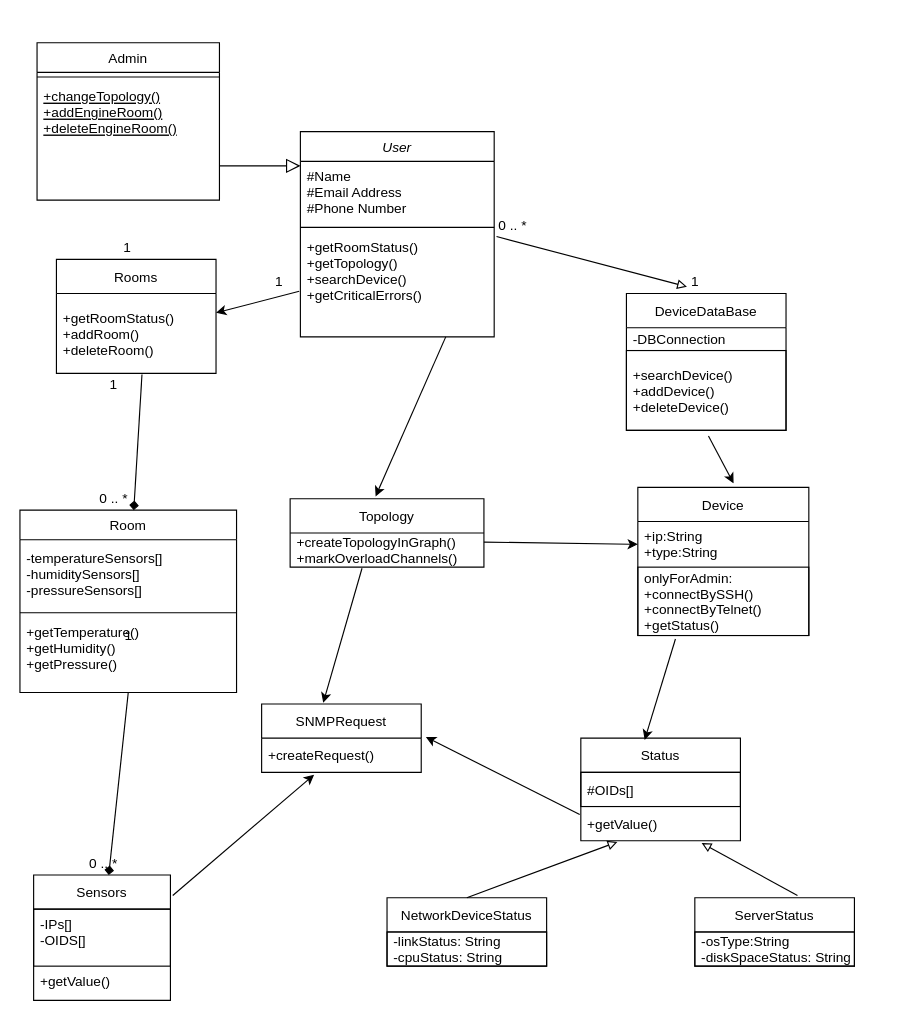
Above: Diagram2.drawio in sophiiako/unik (draw.io), before the change. Source tidied: cells renumbered, new cells numbered last; positions are measured from the earlier drawing's top-left corner, leaving out a move shared by most shapes. Both pictures are drawn from the tidied source at 114%, with x=0, y=0 at pixel (19, 42).
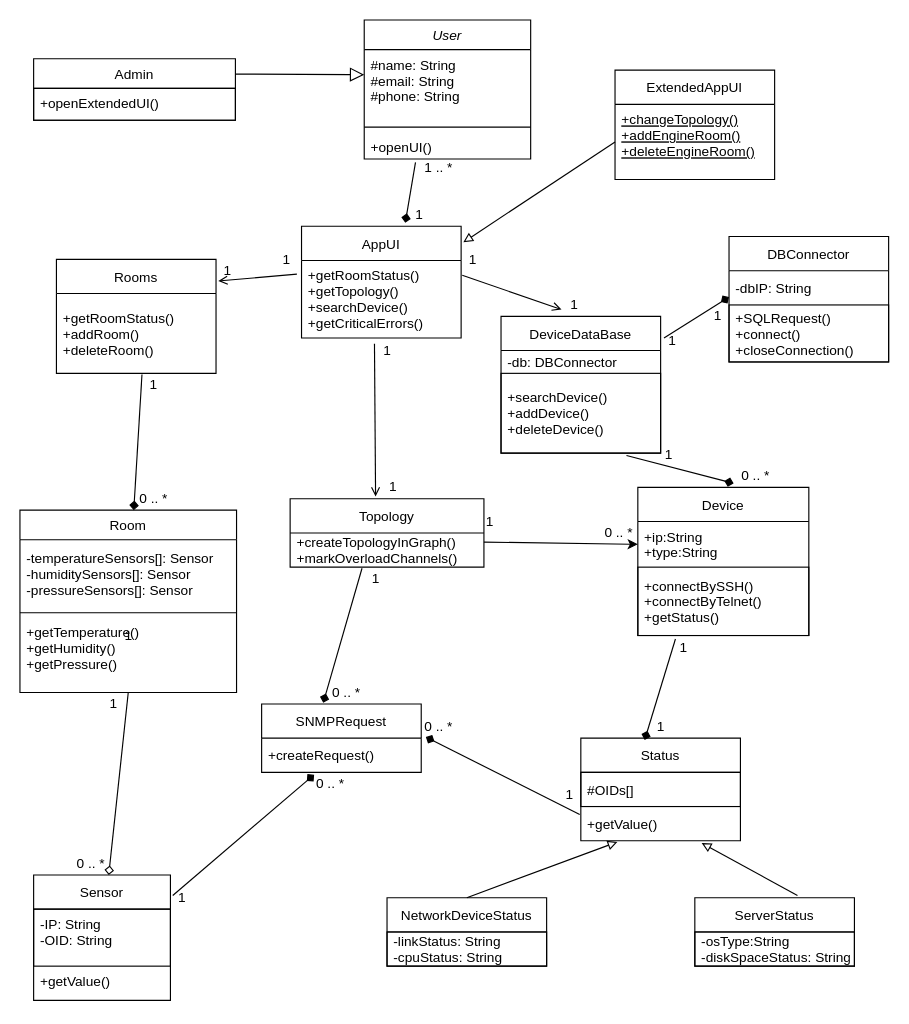
The same diagram, later.

The change refers to these unchanged cells:
```xml
<mxCell id="10" value="Room" style="swimlane;fontStyle=0;align=center;verticalAlign=top;horizontal=1;startSize=26;rounded=0;shadow=0;strokeWidth=1;" parent="1" vertex="1">
  <mxGeometry y="410" width="190" height="160" as="geometry" />
</mxCell>
<mxCell id="14" value="Topology" style="swimlane;fontStyle=0;horizontal=1;startSize=30;" parent="1" vertex="1">
  <mxGeometry x="237" y="400" width="170" height="60" as="geometry" />
</mxCell>
<mxCell id="15" value="+createTopologyInGraph()&#10;+markOverloadChannels()" style="text;strokeColor=none;fillColor=none;align=left;verticalAlign=middle;spacingLeft=4;spacingRight=4;overflow=hidden;points=[[0,0.5],[1,0.5]];portConstraint=eastwest;" parent="14" vertex="1">
  <mxGeometry y="30" width="170" height="30" as="geometry" />
</mxCell>
<mxCell id="16" value="Device" style="swimlane;fontStyle=0;horizontal=1;startSize=30;" parent="1" vertex="1">
  <mxGeometry x="542" y="390" width="150" height="130" as="geometry" />
</mxCell>
<mxCell id="20" value="Rooms" style="swimlane;fontStyle=0;horizontal=1;startSize=30;" parent="1" vertex="1">
  <mxGeometry x="32" y="190" width="140" height="100" as="geometry" />
</mxCell>
<mxCell id="21" value="+getRoomStatus()&#10;+addRoom()&#10;+deleteRoom()" style="text;strokeColor=none;fillColor=none;align=left;verticalAlign=middle;spacingLeft=4;spacingRight=4;overflow=hidden;points=[[0,0.5],[1,0.5]];portConstraint=eastwest;" parent="20" vertex="1">
  <mxGeometry y="30" width="140" height="70" as="geometry" />
</mxCell>
<mxCell id="25" value="+searchDevice()&#10;+addDevice()&#10;+deleteDevice()" style="text;strokeColor=default;fillColor=none;align=left;verticalAlign=middle;spacingLeft=4;spacingRight=4;overflow=hidden;points=[[0,0.5],[1,0.5]];portConstraint=eastwest;" parent="23" vertex="1">
  <mxGeometry y="50" width="140" height="70" as="geometry" />
</mxCell>
<mxCell id="26" value="SNMPRequest" style="swimlane;fontStyle=0;horizontal=1;startSize=30;" parent="1" vertex="1">
  <mxGeometry x="212" y="580" width="140" height="60" as="geometry" />
</mxCell>
<mxCell id="27" value="+createRequest()" style="text;strokeColor=none;fillColor=none;align=left;verticalAlign=middle;spacingLeft=4;spacingRight=4;overflow=hidden;points=[[0,0.5],[1,0.5]];portConstraint=eastwest;" parent="26" vertex="1">
  <mxGeometry y="30" width="140" height="30" as="geometry" />
</mxCell>
<mxCell id="30" value="Status" style="swimlane;fontStyle=0;horizontal=1;startSize=30;strokeColor=default;" parent="1" vertex="1">
  <mxGeometry x="492" y="610" width="140" height="90" as="geometry" />
</mxCell>
<mxCell id="32" value="+getValue()" style="text;strokeColor=none;fillColor=none;align=left;verticalAlign=middle;spacingLeft=4;spacingRight=4;overflow=hidden;points=[[0,0.5],[1,0.5]];portConstraint=eastwest;" parent="30" vertex="1">
  <mxGeometry y="60" width="140" height="30" as="geometry" />
</mxCell>
```

Change to the diagram source:
```diff
@@
     <mxCell id="2" value="User" style="swimlane;fontStyle=2;align=center;verticalAlign=top;horizontal=1;startSize=26;rounded=0;shadow=0;strokeWidth=1;" parent="1" vertex="1">
-      <mxGeometry x="246" y="78" width="170" height="180" as="geometry" />
+      <mxGeometry x="302" y="-20" width="146" height="122" as="geometry" />
     </mxCell>
-    <mxCell id="3" value="#Name&#10;#Email Address&#10;#Phone Number" style="text;align=left;verticalAlign=top;spacingLeft=4;spacingRight=4;overflow=hidden;" parent="2" vertex="1">
-      <mxGeometry y="26" width="170" height="54" as="geometry" />
+    <mxCell id="3" value="#name: String&#10;#email: String&#10;#phone: String" style="text;align=left;verticalAlign=top;spacingLeft=4;spacingRight=4;overflow=hidden;" parent="2" vertex="1">
+      <mxGeometry y="26" width="146" height="64" as="geometry" />
     </mxCell>
     <mxCell id="4" style="line;html=1;strokeWidth=1;align=left;verticalAlign=middle;spacingTop=-1;spacingLeft=3;spacingRight=3;labelPosition=right;" parent="2" vertex="1">
-      <mxGeometry y="80" width="170" height="8" as="geometry" />
+      <mxGeometry y="90" width="146" height="8" as="geometry" />
     </mxCell>
-    <mxCell id="5" value="+getRoomStatus()&#10;+getTopology()&#10;+searchDevice()&#10;+getCriticalErrors()" style="text;align=left;verticalAlign=top;spacingLeft=4;spacingRight=4;overflow=hidden;points=[[0,0.5],[1,0.5]];portConstraint=eastwest;" parent="2" vertex="1">
-      <mxGeometry y="88" width="170" height="68" as="geometry" />
+    <mxCell id="5" value="+openUI()" style="text;align=left;verticalAlign=top;spacingLeft=4;spacingRight=4;overflow=hidden;points=[[0,0.5],[1,0.5]];portConstraint=eastwest;" parent="2" vertex="1">
+      <mxGeometry y="98" width="146" height="22" as="geometry" />
     </mxCell>
     <mxCell id="6" value="Admin" style="swimlane;fontStyle=0;align=center;verticalAlign=top;horizontal=1;startSize=26;rounded=0;shadow=0;strokeWidth=1;" parent="1" vertex="1">
-      <mxGeometry x="15" width="160" height="138" as="geometry" />
+      <mxGeometry x="12" y="14" width="177" height="54" as="geometry" />
     </mxCell>
-    <mxCell id="7" style="line;html=1;strokeWidth=1;align=left;verticalAlign=middle;spacingTop=-1;spacingLeft=3;spacingRight=3;labelPosition=right;" parent="6" vertex="1">
-      <mxGeometry y="26" width="160" height="8" as="geometry" />
-    </mxCell>
-    <mxCell id="8" value="+changeTopology()&#10;+addEngineRoom()&#10;+deleteEngineRoom()" style="text;align=left;verticalAlign=top;spacingLeft=4;spacingRight=4;overflow=hidden;points=[[0,0.5],[1,0.5]];portConstraint=eastwest;fontStyle=4;" parent="6" vertex="1">
-      <mxGeometry y="34" width="160" height="66" as="geometry" />
-    </mxCell>
+    <mxCell id="57" value="+openExtendedUI()" style="text;align=left;verticalAlign=top;spacingLeft=4;spacingRight=4;overflow=hidden;strokeColor=default;" parent="6" vertex="1">
+      <mxGeometry y="26" width="177" height="28" as="geometry" />
+    </mxCell>
-    <mxCell id="9" style="endArrow=block;endSize=10;endFill=0;shadow=0;strokeWidth=1;rounded=0;edgeStyle=elbowEdgeStyle;elbow=vertical;" parent="1" edge="1" source="6" target="2">
+    <mxCell id="9" style="endArrow=block;endSize=10;endFill=0;shadow=0;strokeWidth=1;rounded=0;edgeStyle=elbowEdgeStyle;elbow=vertical;exitX=1;exitY=0.25;exitDx=0;exitDy=0;" parent="1" edge="1" source="6" target="2">
       <mxGeometry relative="1" as="geometry" />
     </mxCell>
@@
-    <mxCell id="11" value="-temperatureSensors[]&#10;-humiditySensors[]&#10;-pressureSensors[]" style="text;strokeColor=none;fillColor=none;align=left;verticalAlign=middle;spacingLeft=4;spacingRight=4;overflow=hidden;" parent="10" vertex="1">
+    <mxCell id="11" value="-temperatureSensors[]: Sensor&#10;-humiditySensors[]: Sensor&#10;-pressureSensors[]: Sensor" style="text;strokeColor=none;fillColor=none;align=left;verticalAlign=middle;spacingLeft=4;spacingRight=4;overflow=hidden;" parent="10" vertex="1">
       <mxGeometry y="26" width="190" height="60" as="geometry" />
     </mxCell>
@@
-    <mxCell id="18" value="onlyForAdmin:&#10;+connectBySSH()&#10;+connectByTelnet()&#10;+getStatus()" style="text;strokeColor=default;fillColor=none;align=left;verticalAlign=middle;spacingLeft=4;spacingRight=4;overflow=hidden;points=[[0,0.5],[1,0.5]];portConstraint=eastwest;" parent="16" vertex="1">
+    <mxCell id="18" value="+connectBySSH()&#10;+connectByTelnet()&#10;+getStatus()" style="text;strokeColor=default;fillColor=none;align=left;verticalAlign=middle;spacingLeft=4;spacingRight=4;overflow=hidden;points=[[0,0.5],[1,0.5]];portConstraint=eastwest;" parent="16" vertex="1">
       <mxGeometry y="70" width="150" height="60" as="geometry" />
     </mxCell>
-    <mxCell id="19" style="endArrow=block;html=1;rounded=0;entryX=0.379;entryY=-0.05;entryDx=0;entryDy=0;entryPerimeter=0;exitX=1.012;exitY=0.059;exitDx=0;exitDy=0;exitPerimeter=0;endFill=0;" parent="1" edge="1" source="5" target="23">
+    <mxCell id="19" style="endArrow=open;html=1;rounded=0;entryX=0.379;entryY=-0.05;entryDx=0;entryDy=0;entryPerimeter=0;endFill=0;exitX=1.007;exitY=0.191;exitDx=0;exitDy=0;exitPerimeter=0;" parent="1" edge="1" source="59" target="23">
       <mxGeometry relative="1" as="geometry" />
     </mxCell>
@@
     <mxCell id="23" value="DeviceDataBase" style="swimlane;fontStyle=0;horizontal=1;startSize=30;" parent="1" vertex="1">
-      <mxGeometry x="532" y="220" width="140" height="120" as="geometry" />
+      <mxGeometry x="422" y="240" width="140" height="120" as="geometry" />
     </mxCell>
-    <mxCell id="24" value="-DBConnection" style="text;strokeColor=none;fillColor=none;align=left;verticalAlign=middle;spacingLeft=4;spacingRight=4;overflow=hidden;" parent="23" vertex="1">
+    <mxCell id="24" value="-db: DBConnector" style="text;strokeColor=none;fillColor=none;align=left;verticalAlign=middle;spacingLeft=4;spacingRight=4;overflow=hidden;" parent="23" vertex="1">
       <mxGeometry y="30" width="140" height="20" as="geometry" />
     </mxCell>
@@
-    <mxCell id="28" style="endArrow=classic;html=1;rounded=0;entryX=0.441;entryY=-0.033;entryDx=0;entryDy=0;entryPerimeter=0;exitX=0.75;exitY=1;exitDx=0;exitDy=0;" parent="1" edge="1" source="2" target="14">
+    <mxCell id="28" style="endArrow=open;html=1;rounded=0;entryX=0.441;entryY=-0.033;entryDx=0;entryDy=0;entryPerimeter=0;exitX=0.457;exitY=1.074;exitDx=0;exitDy=0;exitPerimeter=0;endFill=0;" parent="1" edge="1" source="59" target="14">
       <mxGeometry relative="1" as="geometry" />
     </mxCell>
@@
-    <mxCell id="33" style="endArrow=classic;html=1;rounded=0;exitX=0.371;exitY=1.033;exitDx=0;exitDy=0;exitPerimeter=0;entryX=0.386;entryY=-0.017;entryDx=0;entryDy=0;entryPerimeter=0;" parent="1" edge="1" source="15" target="26">
+    <mxCell id="33" style="endArrow=diamond;html=1;rounded=0;exitX=0.371;exitY=1.033;exitDx=0;exitDy=0;exitPerimeter=0;entryX=0.386;entryY=-0.017;entryDx=0;entryDy=0;entryPerimeter=0;endFill=1;" parent="1" edge="1" source="15" target="26">
       <mxGeometry relative="1" as="geometry" />
     </mxCell>
-    <mxCell id="34" style="endArrow=classic;html=1;rounded=0;exitX=-0.006;exitY=0.765;exitDx=0;exitDy=0;exitPerimeter=0;" parent="1" edge="1" source="5" target="21">
+    <mxCell id="34" style="endArrow=open;html=1;rounded=0;exitX=-0.029;exitY=0.176;exitDx=0;exitDy=0;exitPerimeter=0;entryX=1.014;entryY=0.19;entryDx=0;entryDy=0;entryPerimeter=0;endFill=0;" parent="1" edge="1" source="59" target="20">
       <mxGeometry relative="1" as="geometry" />
     </mxCell>
-    <mxCell id="35" style="endArrow=classic;html=1;rounded=0;exitX=0.514;exitY=1.071;exitDx=0;exitDy=0;exitPerimeter=0;entryX=0.56;entryY=-0.027;entryDx=0;entryDy=0;entryPerimeter=0;" parent="1" edge="1" source="25" target="16">
+    <mxCell id="35" style="endArrow=diamond;html=1;rounded=0;exitX=0.786;exitY=1.029;exitDx=0;exitDy=0;exitPerimeter=0;entryX=0.56;entryY=-0.027;entryDx=0;entryDy=0;entryPerimeter=0;endFill=1;" parent="1" edge="1" source="25" target="16">
       <mxGeometry relative="1" as="geometry" />
     </mxCell>
-    <mxCell id="36" style="endArrow=classic;html=1;rounded=0;exitX=0.22;exitY=1.05;exitDx=0;exitDy=0;exitPerimeter=0;entryX=0.4;entryY=0.017;entryDx=0;entryDy=0;entryPerimeter=0;" parent="1" edge="1" source="18" target="30">
+    <mxCell id="36" style="endArrow=diamond;html=1;rounded=0;exitX=0.22;exitY=1.05;exitDx=0;exitDy=0;exitPerimeter=0;entryX=0.4;entryY=0.017;entryDx=0;entryDy=0;entryPerimeter=0;endFill=1;" parent="1" edge="1" source="18" target="30">
       <mxGeometry relative="1" as="geometry" />
     </mxCell>
@@
-    <mxCell id="43" style="endArrow=classic;html=1;rounded=0;exitX=-0.007;exitY=0.233;exitDx=0;exitDy=0;exitPerimeter=0;entryX=1.029;entryY=-0.033;entryDx=0;entryDy=0;entryPerimeter=0;" parent="1" edge="1" source="32" target="27">
+    <mxCell id="43" style="endArrow=diamond;html=1;rounded=0;exitX=-0.007;exitY=0.233;exitDx=0;exitDy=0;exitPerimeter=0;entryX=1.029;entryY=-0.033;entryDx=0;entryDy=0;entryPerimeter=0;endFill=1;" parent="1" edge="1" source="32" target="27">
       <mxGeometry relative="1" as="geometry" />
     </mxCell>
-    <mxCell id="44" value="1" style="text;html=1;align=center;verticalAlign=middle;strokeColor=none;fillColor=none;" parent="1" vertex="1">
-      <mxGeometry x="217" y="200" width="20" height="20" as="geometry" />
-    </mxCell>
-    <mxCell id="45" value="1" style="text;html=1;align=center;verticalAlign=middle;strokeColor=none;fillColor=none;" parent="1" vertex="1">
-      <mxGeometry x="84" y="170" width="20" height="20" as="geometry" />
-    </mxCell>
-    <mxCell id="46" value="1" style="text;html=1;align=center;verticalAlign=middle;strokeColor=none;fillColor=none;" parent="1" vertex="1">
-      <mxGeometry x="72" y="290" width="20" height="20" as="geometry" />
-    </mxCell>
-    <mxCell id="47" value="0 .. *" style="text;html=1;align=center;verticalAlign=middle;strokeColor=none;fillColor=none;" parent="1" vertex="1">
-      <mxGeometry x="62" y="390" width="40" height="20" as="geometry" />
-    </mxCell>
-    <mxCell id="48" value="0 .. *" style="text;html=1;align=center;verticalAlign=middle;strokeColor=none;fillColor=none;" parent="1" vertex="1">
-      <mxGeometry x="412" y="151" width="40" height="20" as="geometry" />
-    </mxCell>
-    <mxCell id="49" value="1" style="text;html=1;align=center;verticalAlign=middle;strokeColor=none;fillColor=none;" parent="1" vertex="1">
-      <mxGeometry x="582" y="200" width="20" height="20" as="geometry" />
-    </mxCell>
-    <mxCell id="50" value="Sensors" style="swimlane;fontStyle=0;horizontal=1;startSize=30;strokeColor=default;" parent="1" vertex="1">
+    <mxCell id="50" value="Sensor" style="swimlane;fontStyle=0;horizontal=1;startSize=30;strokeColor=default;" parent="1" vertex="1">
       <mxGeometry x="12" y="730" width="120" height="110" as="geometry" />
     </mxCell>
-    <mxCell id="51" value="-IPs[]&#10;-OIDS[]" style="text;align=left;verticalAlign=top;spacingLeft=4;spacingRight=4;overflow=hidden;strokeColor=default;" parent="50" vertex="1">
+    <mxCell id="51" value="-IP: String&#10;-OID: String" style="text;align=left;verticalAlign=top;spacingLeft=4;spacingRight=4;overflow=hidden;strokeColor=default;" parent="50" vertex="1">
       <mxGeometry y="30" width="120" height="50" as="geometry" />
     </mxCell>
@@
-    <mxCell id="53" style="endArrow=diamond;html=1;rounded=0;exitX=0.5;exitY=1;exitDx=0;exitDy=0;endFill=1;" parent="1" edge="1" source="10" target="50">
+    <mxCell id="53" style="endArrow=diamond;html=1;rounded=0;exitX=0.5;exitY=1;exitDx=0;exitDy=0;endFill=0;" parent="1" edge="1" source="10" target="50">
       <mxGeometry relative="1" as="geometry" />
     </mxCell>
@@
-    <mxCell id="55" value="0 .. *" style="text;html=1;align=center;verticalAlign=middle;strokeColor=none;fillColor=none;" parent="1" vertex="1">
-      <mxGeometry x="53" y="710" width="40" height="20" as="geometry" />
-    </mxCell>
-    <mxCell id="56" style="endArrow=classic;html=1;rounded=0;exitX=1.017;exitY=0.164;exitDx=0;exitDy=0;entryX=0.329;entryY=1.067;entryDx=0;entryDy=0;entryPerimeter=0;exitPerimeter=0;" parent="1" edge="1" source="50" target="27">
+    <mxCell id="56" style="endArrow=diamond;html=1;rounded=0;exitX=1.017;exitY=0.164;exitDx=0;exitDy=0;entryX=0.329;entryY=1.067;entryDx=0;entryDy=0;entryPerimeter=0;exitPerimeter=0;endFill=1;" parent="1" edge="1" source="50" target="27">
       <mxGeometry relative="1" as="geometry" />
     </mxCell>
+    <mxCell id="58" value="AppUI" style="swimlane;fontStyle=0;horizontal=1;startSize=30;strokeColor=default;" parent="1" vertex="1">
+      <mxGeometry x="247" y="161" width="140" height="98" as="geometry" />
+    </mxCell>
+    <mxCell id="59" value="+getRoomStatus()&#10;+getTopology()&#10;+searchDevice()&#10;+getCriticalErrors()" style="text;align=left;verticalAlign=top;spacingLeft=4;spacingRight=4;overflow=hidden;points=[[0,0.5],[1,0.5]];portConstraint=eastwest;" parent="58" vertex="1">
+      <mxGeometry y="30" width="140" height="68" as="geometry" />
+    </mxCell>
+    <mxCell id="60" value="ExtendedAppUI" style="swimlane;fontStyle=0;horizontal=1;startSize=30;strokeColor=default;" parent="1" vertex="1">
+      <mxGeometry x="522" y="24" width="140" height="96" as="geometry" />
+    </mxCell>
+    <mxCell id="8" value="+changeTopology()&#10;+addEngineRoom()&#10;+deleteEngineRoom()" style="text;align=left;verticalAlign=top;spacingLeft=4;spacingRight=4;overflow=hidden;points=[[0,0.5],[1,0.5]];portConstraint=eastwest;fontStyle=4;" parent="60" vertex="1">
+      <mxGeometry y="30" width="140" height="66" as="geometry" />
+    </mxCell>
+    <mxCell id="61" style="endArrow=diamond;html=1;rounded=0;exitX=0.308;exitY=1.227;exitDx=0;exitDy=0;exitPerimeter=0;entryX=0.65;entryY=-0.031;entryDx=0;entryDy=0;entryPerimeter=0;endFill=1;" parent="1" edge="1" source="5" target="58">
+      <mxGeometry relative="1" as="geometry" />
+    </mxCell>
+    <mxCell id="62" style="endArrow=block;html=1;rounded=0;exitX=0;exitY=0.5;exitDx=0;exitDy=0;entryX=1.014;entryY=0.143;entryDx=0;entryDy=0;entryPerimeter=0;endFill=0;" parent="1" edge="1" source="8" target="58">
+      <mxGeometry relative="1" as="geometry" />
+    </mxCell>
+    <mxCell id="63" value="1 .. *" style="text;html=1;align=center;verticalAlign=middle;strokeColor=none;fillColor=none;" parent="1" vertex="1">
+      <mxGeometry x="347" y="100" width="40" height="20" as="geometry" />
+    </mxCell>
+    <mxCell id="64" value="1" style="text;html=1;align=center;verticalAlign=middle;strokeColor=none;fillColor=none;" parent="1" vertex="1">
+      <mxGeometry x="340" y="141" width="20" height="20" as="geometry" />
+    </mxCell>
+    <mxCell id="65" value="1&amp;nbsp;&amp;nbsp;" style="text;html=1;align=center;verticalAlign=middle;strokeColor=none;fillColor=none;" parent="1" vertex="1">
+      <mxGeometry x="222" y="181" width="30" height="20" as="geometry" />
+    </mxCell>
+    <mxCell id="66" value="1" style="text;html=1;align=center;verticalAlign=middle;strokeColor=none;fillColor=none;" parent="1" vertex="1">
+      <mxGeometry x="172" y="190" width="20" height="20" as="geometry" />
+    </mxCell>
+    <mxCell id="67" value="1" style="text;html=1;align=center;verticalAlign=middle;strokeColor=none;fillColor=none;" parent="1" vertex="1">
+      <mxGeometry x="476" y="220" width="20" height="20" as="geometry" />
+    </mxCell>
+    <mxCell id="68" value="1" style="text;html=1;align=center;verticalAlign=middle;strokeColor=none;fillColor=none;" parent="1" vertex="1">
+      <mxGeometry x="387" y="181" width="20" height="20" as="geometry" />
+    </mxCell>
+    <mxCell id="69" value="1" style="text;html=1;align=center;verticalAlign=middle;strokeColor=none;fillColor=none;" parent="1" vertex="1">
+      <mxGeometry x="107" y="290" width="20" height="20" as="geometry" />
+    </mxCell>
+    <mxCell id="70" value="0 .. *" style="text;html=1;align=center;verticalAlign=middle;strokeColor=none;fillColor=none;" parent="1" vertex="1">
+      <mxGeometry x="97" y="390" width="40" height="20" as="geometry" />
+    </mxCell>
+    <mxCell id="71" value="1" style="text;html=1;align=center;verticalAlign=middle;strokeColor=none;fillColor=none;" parent="1" vertex="1">
+      <mxGeometry x="72" y="570" width="20" height="20" as="geometry" />
+    </mxCell>
+    <mxCell id="72" value="0 .. *" style="text;html=1;align=center;verticalAlign=middle;strokeColor=none;fillColor=none;" parent="1" vertex="1">
+      <mxGeometry x="42" y="710" width="40" height="20" as="geometry" />
+    </mxCell>
+    <mxCell id="73" value="1" style="text;html=1;align=center;verticalAlign=middle;strokeColor=none;fillColor=none;" parent="1" vertex="1">
+      <mxGeometry x="132" y="740" width="20" height="20" as="geometry" />
+    </mxCell>
+    <mxCell id="74" value="0 .. *" style="text;html=1;align=center;verticalAlign=middle;strokeColor=none;fillColor=none;" parent="1" vertex="1">
+      <mxGeometry x="252" y="640" width="40" height="20" as="geometry" />
+    </mxCell>
+    <mxCell id="75" value="DBConnector" style="swimlane;fontStyle=0;horizontal=1;startSize=30;strokeColor=default;" parent="1" vertex="1">
+      <mxGeometry x="622" y="170" width="140" height="110" as="geometry" />
+    </mxCell>
+    <mxCell id="76" value="-dbIP: String" style="text;strokeColor=none;fillColor=none;align=left;verticalAlign=middle;spacingLeft=4;spacingRight=4;overflow=hidden;points=[[0,0.5],[1,0.5]];portConstraint=eastwest;" parent="75" vertex="1">
+      <mxGeometry y="30" width="140" height="30" as="geometry" />
+    </mxCell>
+    <mxCell id="77" value="+SQLRequest()&#10;+connect()&#10;+closeConnection()" style="text;strokeColor=default;fillColor=none;align=left;verticalAlign=middle;spacingLeft=4;spacingRight=4;overflow=hidden;" parent="75" vertex="1">
+      <mxGeometry y="60" width="140" height="50" as="geometry" />
+    </mxCell>
+    <mxCell id="78" style="endArrow=diamond;html=1;rounded=0;exitX=1.021;exitY=0.158;exitDx=0;exitDy=0;exitPerimeter=0;entryX=0;entryY=0.767;entryDx=0;entryDy=0;entryPerimeter=0;endFill=1;" parent="1" edge="1" source="23" target="76">
+      <mxGeometry relative="1" as="geometry" />
+    </mxCell>
+    <mxCell id="79" value="1" style="text;html=1;align=center;verticalAlign=middle;strokeColor=none;fillColor=none;" parent="1" vertex="1">
+      <mxGeometry x="562" y="252" width="20" height="20" as="geometry" />
+    </mxCell>
+    <mxCell id="80" value="1" style="text;html=1;align=center;verticalAlign=middle;strokeColor=none;fillColor=none;" parent="1" vertex="1">
+      <mxGeometry x="602" y="230" width="20" height="20" as="geometry" />
+    </mxCell>
+    <mxCell id="81" value="1" style="text;html=1;align=center;verticalAlign=middle;strokeColor=none;fillColor=none;" parent="1" vertex="1">
+      <mxGeometry x="572" y="521" width="20" height="20" as="geometry" />
+    </mxCell>
+    <mxCell id="82" value="1" style="text;html=1;align=center;verticalAlign=middle;strokeColor=none;fillColor=none;" parent="1" vertex="1">
+      <mxGeometry x="552" y="590" width="20" height="20" as="geometry" />
+    </mxCell>
+    <mxCell id="83" value="1" style="text;html=1;align=center;verticalAlign=middle;strokeColor=none;fillColor=none;" parent="1" vertex="1">
+      <mxGeometry x="472" y="650" width="20" height="20" as="geometry" />
+    </mxCell>
+    <mxCell id="84" value="0 .. *" style="text;html=1;align=center;verticalAlign=middle;strokeColor=none;fillColor=none;" parent="1" vertex="1">
+      <mxGeometry x="347" y="590" width="40" height="20" as="geometry" />
+    </mxCell>
+    <mxCell id="85" value="1" style="text;html=1;align=center;verticalAlign=middle;strokeColor=none;fillColor=none;" parent="1" vertex="1">
+      <mxGeometry x="559" y="352" width="20" height="20" as="geometry" />
+    </mxCell>
+    <mxCell id="86" value="0 .. *" style="text;html=1;align=center;verticalAlign=middle;strokeColor=none;fillColor=none;" parent="1" vertex="1">
+      <mxGeometry x="625" y="370" width="40" height="20" as="geometry" />
+    </mxCell>
+    <mxCell id="87" value="1" style="text;html=1;align=center;verticalAlign=middle;strokeColor=none;fillColor=none;" parent="1" vertex="1">
+      <mxGeometry x="402" y="410" width="20" height="20" as="geometry" />
+    </mxCell>
+    <mxCell id="88" value="0 .. *" style="text;html=1;align=center;verticalAlign=middle;strokeColor=none;fillColor=none;" parent="1" vertex="1">
+      <mxGeometry x="505" y="420" width="40" height="20" as="geometry" />
+    </mxCell>
+    <mxCell id="89" value="1" style="text;html=1;align=center;verticalAlign=middle;strokeColor=none;fillColor=none;" parent="1" vertex="1">
+      <mxGeometry x="302" y="460" width="20" height="20" as="geometry" />
+    </mxCell>
+    <mxCell id="90" value="0 .. *" style="text;html=1;align=center;verticalAlign=middle;strokeColor=none;fillColor=none;" parent="1" vertex="1">
+      <mxGeometry x="266" y="560" width="40" height="20" as="geometry" />
+    </mxCell>
+    <mxCell id="91" value="1" style="text;html=1;align=center;verticalAlign=middle;strokeColor=none;fillColor=none;" parent="1" vertex="1">
+      <mxGeometry x="312" y="260" width="20" height="20" as="geometry" />
+    </mxCell>
+    <mxCell id="92" value="1" style="text;html=1;align=center;verticalAlign=middle;strokeColor=none;fillColor=none;" parent="1" vertex="1">
+      <mxGeometry x="317" y="380" width="20" height="20" as="geometry" />
+    </mxCell>
```
